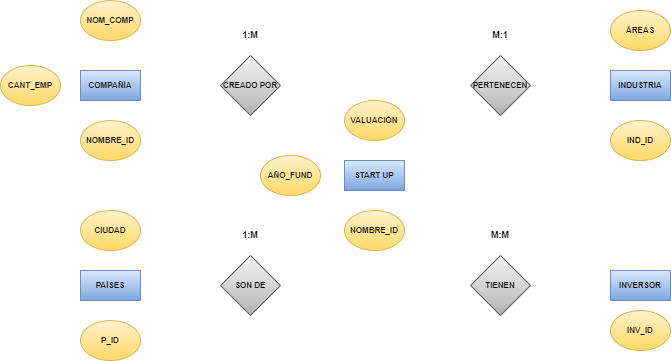
Earlier version of the draw.io export Untitled Diagram.drawio.png (rakzw/Demo2). Source tidied: cells renumbered, new cells last; positions are measured from the earlier drawing's top-left corner, leaving out a move shared by most shapes.
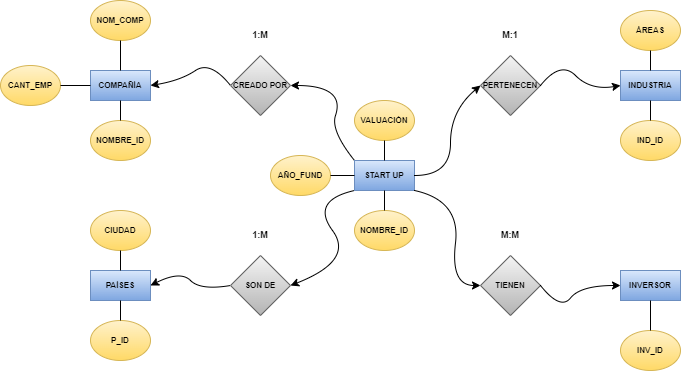
After the commit.

Change to the diagram source:
```diff
@@ -27,7 +27,7 @@
       <mxGeometry x="610" y="120" width="60" height="40" as="geometry" />
     </mxCell>
     <mxCell id="10" value="INV_ID" style="ellipse;whiteSpace=wrap;html=1;fontSize=8;fillColor=#fff2cc;strokeColor=#d6b656;gradientColor=#ffd966;fontStyle=1;" parent="1" vertex="1">
-      <mxGeometry x="610" y="310" width="60" height="40" as="geometry" />
+      <mxGeometry x="610" y="330" width="60" height="40" as="geometry" />
     </mxCell>
     <mxCell id="11" value="P_ID" style="ellipse;whiteSpace=wrap;html=1;fontSize=8;fillColor=#fff2cc;strokeColor=#d6b656;gradientColor=#ffd966;fontStyle=1;" parent="1" vertex="1">
       <mxGeometry x="80" y="320" width="60" height="40" as="geometry" />
@@ -66,7 +66,7 @@
       <mxGeometry x="220" y="220" width="60" height="30" as="geometry" />
     </mxCell>
     <mxCell id="23" value="CANT_EMP" style="ellipse;whiteSpace=wrap;html=1;fontSize=8;fillColor=#fff2cc;strokeColor=#d6b656;gradientColor=#ffd966;fontStyle=1;" parent="1" vertex="1">
-      <mxGeometry y="65" width="60" height="40" as="geometry" />
+      <mxGeometry x="-10" y="65" width="60" height="40" as="geometry" />
     </mxCell>
     <mxCell id="24" value="AÑO_FUND" style="ellipse;whiteSpace=wrap;html=1;fontSize=8;fillColor=#fff2cc;strokeColor=#d6b656;gradientColor=#ffd966;fontStyle=1;" parent="1" vertex="1">
       <mxGeometry x="260" y="155" width="60" height="40" as="geometry" />
@@ -74,5 +74,103 @@
     <mxCell id="25" value="ÁREAS" style="ellipse;whiteSpace=wrap;html=1;fontSize=8;fillColor=#fff2cc;strokeColor=#d6b656;gradientColor=#ffd966;fontStyle=1;" parent="1" vertex="1">
       <mxGeometry x="610" y="10" width="60" height="40" as="geometry" />
     </mxCell>
+    <mxCell id="26" style="endArrow=none;html=1;rounded=0;fontSize=9;fontColor=#000000;exitX=1;exitY=0.5;exitDx=0;exitDy=0;entryX=0;entryY=0.5;entryDx=0;entryDy=0;" parent="1" edge="1" source="24" target="4">
+      <mxGeometry relative="1" as="geometry" />
+    </mxCell>
+    <mxCell id="27" style="endArrow=none;html=1;rounded=0;fontSize=9;fontColor=#000000;entryX=0.5;entryY=1;entryDx=0;entryDy=0;exitX=0.5;exitY=0;exitDx=0;exitDy=0;" parent="1" edge="1" source="4" target="16">
+      <mxGeometry relative="1" as="geometry" />
+    </mxCell>
+    <mxCell id="28" style="endArrow=none;html=1;rounded=0;fontSize=9;fontColor=#000000;entryX=0.5;entryY=1;entryDx=0;entryDy=0;exitX=0.5;exitY=0;exitDx=0;exitDy=0;" parent="1" edge="1" source="7" target="4">
+      <mxGeometry relative="1" as="geometry" />
+    </mxCell>
+    <mxCell id="29" style="endArrow=none;html=1;rounded=0;fontSize=9;fontColor=#000000;exitX=1;exitY=0.5;exitDx=0;exitDy=0;entryX=0;entryY=0.5;entryDx=0;entryDy=0;" parent="1" edge="1" source="23" target="6">
+      <mxGeometry relative="1" as="geometry" />
+    </mxCell>
+    <mxCell id="30" style="endArrow=none;html=1;rounded=0;fontSize=9;fontColor=#000000;entryX=0.5;entryY=1;entryDx=0;entryDy=0;exitX=0.5;exitY=0;exitDx=0;exitDy=0;" parent="1" edge="1" source="6" target="17">
+      <mxGeometry relative="1" as="geometry" />
+    </mxCell>
+    <mxCell id="31" style="endArrow=none;html=1;rounded=0;fontSize=9;fontColor=#000000;entryX=0.5;entryY=1;entryDx=0;entryDy=0;exitX=0.5;exitY=0;exitDx=0;exitDy=0;" parent="1" edge="1" source="8" target="6">
+      <mxGeometry relative="1" as="geometry" />
+    </mxCell>
+    <mxCell id="32" style="endArrow=none;html=1;rounded=0;fontSize=9;fontColor=#000000;entryX=0.5;entryY=1;entryDx=0;entryDy=0;exitX=0.5;exitY=0;exitDx=0;exitDy=0;" parent="1" edge="1" source="5" target="18">
+      <mxGeometry relative="1" as="geometry" />
+    </mxCell>
+    <mxCell id="33" style="endArrow=none;html=1;rounded=0;fontSize=9;fontColor=#000000;exitX=0.5;exitY=0;exitDx=0;exitDy=0;entryX=0.5;entryY=1;entryDx=0;entryDy=0;" parent="1" edge="1" source="11" target="5">
+      <mxGeometry relative="1" as="geometry" />
+    </mxCell>
+    <mxCell id="34" style="endArrow=none;html=1;rounded=0;fontSize=9;fontColor=#000000;entryX=0.5;entryY=1;entryDx=0;entryDy=0;exitX=0.5;exitY=0;exitDx=0;exitDy=0;" parent="1" edge="1" source="3" target="25">
+      <mxGeometry relative="1" as="geometry" />
+    </mxCell>
+    <mxCell id="35" style="endArrow=none;html=1;rounded=0;fontSize=9;fontColor=#000000;entryX=0.5;entryY=1;entryDx=0;entryDy=0;exitX=0.5;exitY=0;exitDx=0;exitDy=0;" parent="1" edge="1" source="9" target="3">
+      <mxGeometry relative="1" as="geometry" />
+    </mxCell>
+    <mxCell id="36" style="endArrow=none;html=1;rounded=0;fontSize=9;fontColor=#000000;entryX=0.5;entryY=1;entryDx=0;entryDy=0;exitX=0.5;exitY=0;exitDx=0;exitDy=0;" parent="1" edge="1" source="10" target="2">
+      <mxGeometry relative="1" as="geometry" />
+    </mxCell>
+    <mxCell id="37" style="endArrow=classic;html=1;fontSize=9;fontColor=#000000;curved=1;entryX=1;entryY=0.5;entryDx=0;entryDy=0;exitX=0;exitY=0;exitDx=0;exitDy=0;" parent="1" edge="1" source="4" target="12">
+      <mxGeometry relative="1" as="geometry">
+        <Array as="points">
+          <mxPoint x="320" y="130" />
+          <mxPoint x="330" y="100" />
+          <mxPoint x="310" y="85" />
+        </Array>
+      </mxGeometry>
+    </mxCell>
+    <mxCell id="38" style="endArrow=classic;html=1;fontSize=9;fontColor=#000000;curved=1;entryX=1;entryY=0.5;entryDx=0;entryDy=0;exitX=0;exitY=0.5;exitDx=0;exitDy=0;" parent="1" edge="1" source="12" target="6">
+      <mxGeometry relative="1" as="geometry">
+        <Array as="points">
+          <mxPoint x="200" y="60" />
+          <mxPoint x="170" y="80" />
+        </Array>
+      </mxGeometry>
+    </mxCell>
+    <mxCell id="39" style="curved=1;endArrow=classic;html=1;fontSize=9;fontColor=#000000;exitX=0;exitY=1;exitDx=0;exitDy=0;entryX=1;entryY=0.5;entryDx=0;entryDy=0;" parent="1" edge="1" source="4" target="13">
+      <mxGeometry relative="1" as="geometry">
+        <Array as="points">
+          <mxPoint x="300" y="200" />
+          <mxPoint x="344" y="260" />
+        </Array>
+      </mxGeometry>
+    </mxCell>
+    <mxCell id="40" style="endArrow=classic;html=1;fontSize=9;fontColor=#000000;curved=1;entryX=1;entryY=0.5;entryDx=0;entryDy=0;exitX=0;exitY=0.5;exitDx=0;exitDy=0;" parent="1" edge="1" source="13" target="5">
+      <mxGeometry relative="1" as="geometry">
+        <Array as="points">
+          <mxPoint x="190" y="290" />
+          <mxPoint x="170" y="270" />
+        </Array>
+      </mxGeometry>
+    </mxCell>
+    <mxCell id="41" style="endArrow=classic;html=1;fontSize=9;fontColor=#000000;curved=1;entryX=0;entryY=0.5;entryDx=0;entryDy=0;exitX=1;exitY=0.5;exitDx=0;exitDy=0;" parent="1" edge="1" source="4" target="15">
+      <mxGeometry relative="1" as="geometry">
+        <Array as="points">
+          <mxPoint x="440" y="175" />
+          <mxPoint x="440" y="110" />
+        </Array>
+      </mxGeometry>
+    </mxCell>
+    <mxCell id="42" style="endArrow=classic;html=1;fontSize=9;fontColor=#000000;curved=1;entryX=0;entryY=0.5;entryDx=0;entryDy=0;exitX=1;exitY=0.5;exitDx=0;exitDy=0;" parent="1" edge="1" source="15" target="3">
+      <mxGeometry relative="1" as="geometry">
+        <Array as="points">
+          <mxPoint x="550" y="60" />
+          <mxPoint x="580" y="90" />
+        </Array>
+      </mxGeometry>
+    </mxCell>
+    <mxCell id="43" style="endArrow=classic;html=1;fontSize=9;fontColor=#000000;curved=1;entryX=0;entryY=0.5;entryDx=0;entryDy=0;exitX=1;exitY=0.5;exitDx=0;exitDy=0;" parent="1" edge="1" source="14" target="2">
+      <mxGeometry relative="1" as="geometry">
+        <Array as="points">
+          <mxPoint x="550" y="310" />
+          <mxPoint x="570" y="285" />
+        </Array>
+      </mxGeometry>
+    </mxCell>
+    <mxCell id="44" style="curved=1;endArrow=classic;html=1;fontSize=9;fontColor=#000000;exitX=1;exitY=1;exitDx=0;exitDy=0;entryX=0;entryY=0.5;entryDx=0;entryDy=0;" parent="1" edge="1" source="4" target="14">
+      <mxGeometry relative="1" as="geometry">
+        <Array as="points">
+          <mxPoint x="450" y="200" />
+          <mxPoint x="440" y="285" />
+        </Array>
+      </mxGeometry>
+    </mxCell>
   </root>
 </mxGraphModel>
```
